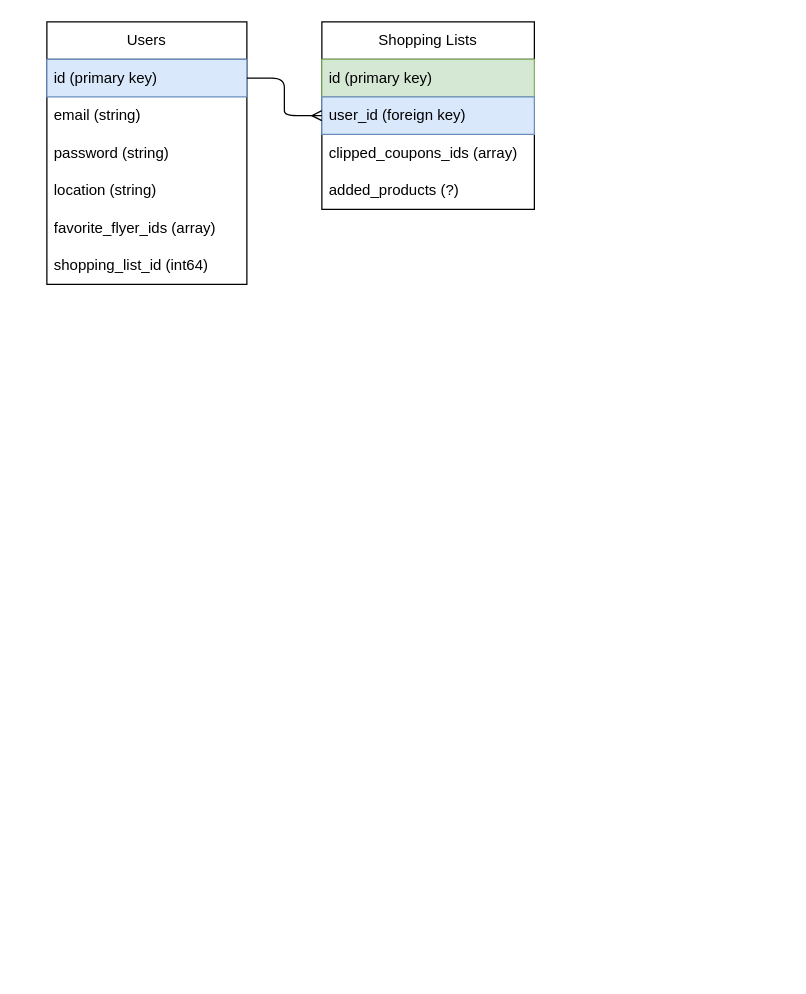
The draw.io diagram db.drawio in LaraCroftDev/flipp-app, before the edit. Source tidied: cells renumbered, new cells numbered last; positions are measured from the earlier drawing's top-left corner, leaving out a move shared by most shapes. Both pictures are drawn from the tidied source at 125%, with x=0, y=0 at pixel (46, 21).
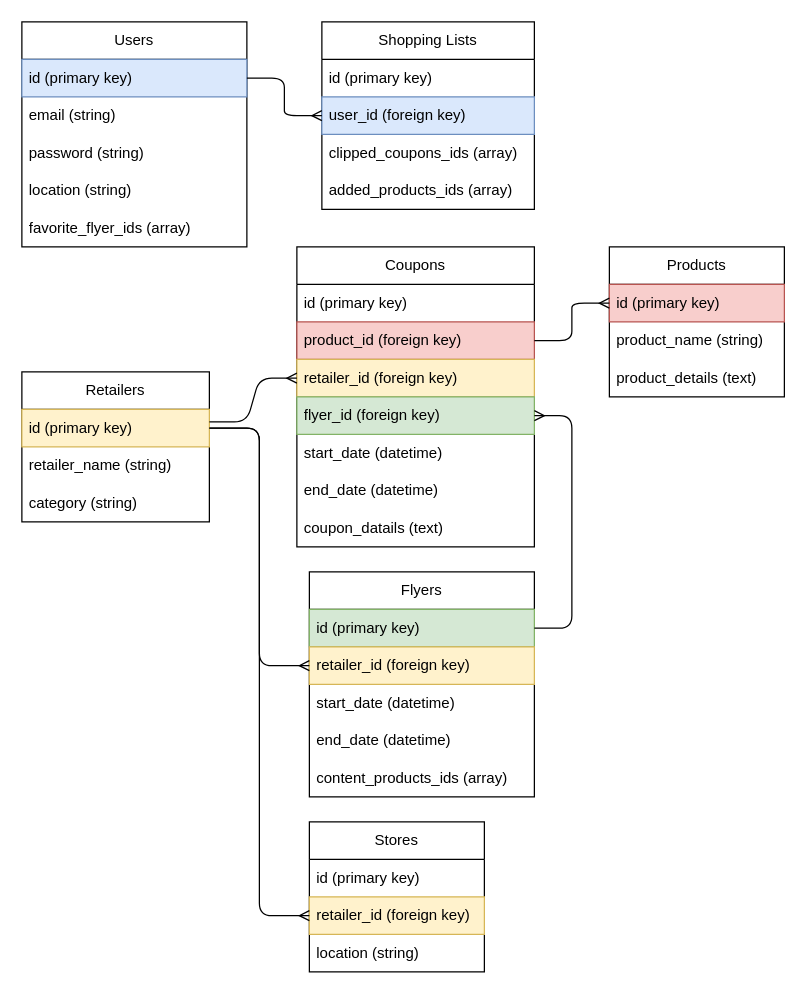
After the change.

Unchanged cells that the change refers to:
```xml
<mxCell id="9" value="Shopping Lists" style="swimlane;fontStyle=0;horizontal=1;startSize=30;whiteSpace=wrap;html=1;" parent="1" vertex="1">
  <mxGeometry x="220" width="170" height="150" as="geometry" />
</mxCell>
```

The edit, as a diff of the source:
```diff
@@
     <mxCell id="2" value="Users" style="swimlane;fontStyle=0;horizontal=1;startSize=30;whiteSpace=wrap;html=1;" parent="1" vertex="1">
-      <mxGeometry width="160" height="210" as="geometry" />
+      <mxGeometry x="-20" width="180" height="180" as="geometry" />
     </mxCell>
     <mxCell id="3" value="id (primary key)" style="text;strokeColor=#6c8ebf;fillColor=#dae8fc;align=left;verticalAlign=middle;spacingLeft=4;spacingRight=4;overflow=hidden;points=[[0,0.5],[1,0.5]];portConstraint=eastwest;whiteSpace=wrap;html=1;" parent="2" vertex="1">
-      <mxGeometry y="30" width="160" height="30" as="geometry" />
+      <mxGeometry y="30" width="180" height="30" as="geometry" />
     </mxCell>
     <mxCell id="4" value="email (string)" style="text;strokeColor=none;fillColor=none;align=left;verticalAlign=middle;spacingLeft=4;spacingRight=4;overflow=hidden;whiteSpace=wrap;html=1;" parent="2" vertex="1">
-      <mxGeometry y="60" width="160" height="30" as="geometry" />
+      <mxGeometry y="60" width="180" height="30" as="geometry" />
     </mxCell>
     <mxCell id="5" value="password (string)" style="text;strokeColor=none;fillColor=none;align=left;verticalAlign=middle;spacingLeft=4;spacingRight=4;overflow=hidden;whiteSpace=wrap;html=1;" parent="2" vertex="1">
-      <mxGeometry y="90" width="160" height="30" as="geometry" />
+      <mxGeometry y="90" width="180" height="30" as="geometry" />
     </mxCell>
     <mxCell id="6" value="location (string)" style="text;strokeColor=none;fillColor=none;align=left;verticalAlign=middle;spacingLeft=4;spacingRight=4;overflow=hidden;whiteSpace=wrap;html=1;" parent="2" vertex="1">
-      <mxGeometry y="120" width="160" height="30" as="geometry" />
+      <mxGeometry y="120" width="180" height="30" as="geometry" />
     </mxCell>
     <mxCell id="7" value="favorite_flyer_ids (array)" style="text;strokeColor=none;fillColor=none;align=left;verticalAlign=middle;spacingLeft=4;spacingRight=4;overflow=hidden;whiteSpace=wrap;html=1;" parent="2" vertex="1">
-      <mxGeometry y="150" width="160" height="30" as="geometry" />
+      <mxGeometry y="150" width="180" height="30" as="geometry" />
     </mxCell>
-    <mxCell id="8" value="shopping_list_id (int64)" style="text;strokeColor=none;fillColor=none;align=left;verticalAlign=middle;spacingLeft=4;spacingRight=4;overflow=hidden;whiteSpace=wrap;html=1;" parent="2" vertex="1">
-      <mxGeometry y="180" width="160" height="30" as="geometry" />
-    </mxCell>
@@
-    <mxCell id="10" value="id (primary key)" style="text;strokeColor=#82b366;fillColor=#d5e8d4;align=left;verticalAlign=middle;spacingLeft=4;spacingRight=4;overflow=hidden;whiteSpace=wrap;html=1;" parent="9" vertex="1">
+    <mxCell id="10" value="id (primary key)" style="text;align=left;verticalAlign=middle;spacingLeft=4;spacingRight=4;overflow=hidden;whiteSpace=wrap;html=1;" parent="9" vertex="1">
       <mxGeometry y="30" width="170" height="30" as="geometry" />
     </mxCell>
@@
-    <mxCell id="13" value="added_products (?)" style="text;strokeColor=none;fillColor=none;align=left;verticalAlign=middle;spacingLeft=4;spacingRight=4;overflow=hidden;whiteSpace=wrap;html=1;" parent="9" vertex="1">
+    <mxCell id="13" value="added_products_ids (array)" style="text;strokeColor=none;fillColor=none;align=left;verticalAlign=middle;spacingLeft=4;spacingRight=4;overflow=hidden;whiteSpace=wrap;html=1;" parent="9" vertex="1">
       <mxGeometry y="120" width="170" height="30" as="geometry" />
     </mxCell>
@@
+    <mxCell id="15" value="Retailers" style="swimlane;fontStyle=0;horizontal=1;startSize=30;whiteSpace=wrap;html=1;" parent="1" vertex="1">
+      <mxGeometry x="-20" y="280" width="150" height="120" as="geometry" />
+    </mxCell>
+    <mxCell id="16" value="id (primary key)" style="text;strokeColor=#d6b656;fillColor=#fff2cc;align=left;verticalAlign=middle;spacingLeft=4;spacingRight=4;overflow=hidden;points=[[0,0.5],[1,0.5]];portConstraint=eastwest;whiteSpace=wrap;html=1;" parent="15" vertex="1">
+      <mxGeometry y="30" width="150" height="30" as="geometry" />
+    </mxCell>
+    <mxCell id="17" value="retailer_name (string)" style="text;strokeColor=none;fillColor=none;align=left;verticalAlign=middle;spacingLeft=4;spacingRight=4;overflow=hidden;whiteSpace=wrap;html=1;" parent="15" vertex="1">
+      <mxGeometry y="60" width="150" height="30" as="geometry" />
+    </mxCell>
+    <mxCell id="18" value="category (string)" style="text;strokeColor=none;fillColor=none;align=left;verticalAlign=middle;spacingLeft=4;spacingRight=4;overflow=hidden;whiteSpace=wrap;html=1;" parent="15" vertex="1">
+      <mxGeometry y="90" width="150" height="30" as="geometry" />
+    </mxCell>
+    <mxCell id="19" value="Stores" style="swimlane;fontStyle=0;horizontal=1;startSize=30;whiteSpace=wrap;html=1;" parent="1" vertex="1">
+      <mxGeometry x="210" y="640" width="140" height="120" as="geometry" />
+    </mxCell>
+    <mxCell id="20" value="id (primary key)" style="text;align=left;verticalAlign=middle;spacingLeft=4;spacingRight=4;overflow=hidden;whiteSpace=wrap;html=1;" parent="19" vertex="1">
+      <mxGeometry y="30" width="140" height="30" as="geometry" />
+    </mxCell>
+    <mxCell id="21" value="retailer_id (foreign key)" style="text;strokeColor=#d6b656;fillColor=#fff2cc;align=left;verticalAlign=middle;spacingLeft=4;spacingRight=4;overflow=hidden;points=[[0,0.5],[1,0.5]];portConstraint=eastwest;whiteSpace=wrap;html=1;" parent="19" vertex="1">
+      <mxGeometry y="60" width="140" height="30" as="geometry" />
+    </mxCell>
+    <mxCell id="22" value="location (string)" style="text;strokeColor=none;fillColor=none;align=left;verticalAlign=middle;spacingLeft=4;spacingRight=4;overflow=hidden;whiteSpace=wrap;html=1;" parent="19" vertex="1">
+      <mxGeometry y="90" width="140" height="30" as="geometry" />
+    </mxCell>
+    <mxCell id="23" style="edgeStyle=orthogonalEdgeStyle;fontSize=12;html=1;endArrow=ERmany;entryX=0;entryY=0.5;entryDx=0;entryDy=0;exitX=1;exitY=0.5;exitDx=0;exitDy=0;" parent="1" edge="1" source="16" target="21">
+      <mxGeometry relative="1" as="geometry" />
+    </mxCell>
+    <mxCell id="24" value="Flyers" style="swimlane;fontStyle=0;horizontal=1;startSize=30;whiteSpace=wrap;html=1;" parent="1" vertex="1">
+      <mxGeometry x="210" y="440" width="180" height="180" as="geometry" />
+    </mxCell>
+    <mxCell id="25" value="id (primary key)" style="text;strokeColor=#82b366;fillColor=#d5e8d4;align=left;verticalAlign=middle;spacingLeft=4;spacingRight=4;overflow=hidden;points=[[0,0.5],[1,0.5]];portConstraint=eastwest;whiteSpace=wrap;html=1;" parent="24" vertex="1">
+      <mxGeometry y="30" width="180" height="30" as="geometry" />
+    </mxCell>
+    <mxCell id="26" value="retailer_id (foreign key)" style="text;strokeColor=#d6b656;fillColor=#fff2cc;align=left;verticalAlign=middle;spacingLeft=4;spacingRight=4;overflow=hidden;points=[[0,0.5],[1,0.5]];portConstraint=eastwest;whiteSpace=wrap;html=1;" parent="24" vertex="1">
+      <mxGeometry y="60" width="180" height="30" as="geometry" />
+    </mxCell>
+    <mxCell id="27" value="start_date (datetime)" style="text;strokeColor=none;fillColor=none;align=left;verticalAlign=middle;spacingLeft=4;spacingRight=4;overflow=hidden;whiteSpace=wrap;html=1;" parent="24" vertex="1">
+      <mxGeometry y="90" width="180" height="30" as="geometry" />
+    </mxCell>
+    <mxCell id="28" value="end_date (datetime)" style="text;strokeColor=none;fillColor=none;align=left;verticalAlign=middle;spacingLeft=4;spacingRight=4;overflow=hidden;whiteSpace=wrap;html=1;" parent="24" vertex="1">
+      <mxGeometry y="120" width="180" height="30" as="geometry" />
+    </mxCell>
+    <mxCell id="29" value="content_products_ids (array)" style="text;strokeColor=none;fillColor=none;align=left;verticalAlign=middle;spacingLeft=4;spacingRight=4;overflow=hidden;whiteSpace=wrap;html=1;" parent="24" vertex="1">
+      <mxGeometry y="150" width="180" height="30" as="geometry" />
+    </mxCell>
+    <mxCell id="30" style="edgeStyle=orthogonalEdgeStyle;fontSize=12;html=1;endArrow=ERmany;entryX=0;entryY=0.5;entryDx=0;entryDy=0;exitX=1;exitY=0.5;exitDx=0;exitDy=0;" parent="1" edge="1" source="16" target="26">
+      <mxGeometry relative="1" as="geometry" />
+    </mxCell>
+    <mxCell id="31" value="Products" style="swimlane;fontStyle=0;horizontal=1;startSize=30;whiteSpace=wrap;html=1;" parent="1" vertex="1">
+      <mxGeometry x="450" y="180" width="140" height="120" as="geometry" />
+    </mxCell>
+    <mxCell id="32" value="id (primary key)" style="text;strokeColor=#b85450;fillColor=#f8cecc;align=left;verticalAlign=middle;spacingLeft=4;spacingRight=4;overflow=hidden;points=[[0,0.5],[1,0.5]];portConstraint=eastwest;whiteSpace=wrap;html=1;" parent="31" vertex="1">
+      <mxGeometry y="30" width="140" height="30" as="geometry" />
+    </mxCell>
+    <mxCell id="33" value="product_name (string)" style="text;strokeColor=none;fillColor=none;align=left;verticalAlign=middle;spacingLeft=4;spacingRight=4;overflow=hidden;whiteSpace=wrap;html=1;" parent="31" vertex="1">
+      <mxGeometry y="60" width="140" height="30" as="geometry" />
+    </mxCell>
+    <mxCell id="34" value="product_details (text)" style="text;strokeColor=none;fillColor=none;align=left;verticalAlign=middle;spacingLeft=4;spacingRight=4;overflow=hidden;whiteSpace=wrap;html=1;" parent="31" vertex="1">
+      <mxGeometry y="90" width="140" height="30" as="geometry" />
+    </mxCell>
+    <mxCell id="35" value="Coupons" style="swimlane;fontStyle=0;horizontal=1;startSize=30;whiteSpace=wrap;html=1;" parent="1" vertex="1">
+      <mxGeometry x="200" y="180" width="190" height="240" as="geometry" />
+    </mxCell>
+    <mxCell id="36" value="id (primary key)" style="text;strokeColor=none;fillColor=none;align=left;verticalAlign=middle;spacingLeft=4;spacingRight=4;overflow=hidden;whiteSpace=wrap;html=1;" parent="35" vertex="1">
+      <mxGeometry y="30" width="190" height="30" as="geometry" />
+    </mxCell>
+    <mxCell id="37" value="product_id (foreign key)" style="text;strokeColor=#b85450;fillColor=#f8cecc;align=left;verticalAlign=middle;spacingLeft=4;spacingRight=4;overflow=hidden;points=[[0,0.5],[1,0.5]];portConstraint=eastwest;whiteSpace=wrap;html=1;" parent="35" vertex="1">
+      <mxGeometry y="60" width="190" height="30" as="geometry" />
+    </mxCell>
+    <mxCell id="38" value="retailer_id (foreign key)" style="text;strokeColor=#d6b656;fillColor=#fff2cc;align=left;verticalAlign=middle;spacingLeft=4;spacingRight=4;overflow=hidden;points=[[0,0.5],[1,0.5]];portConstraint=eastwest;whiteSpace=wrap;html=1;" parent="35" vertex="1">
+      <mxGeometry y="90" width="190" height="30" as="geometry" />
+    </mxCell>
+    <mxCell id="39" value="flyer_id (foreign key)" style="text;strokeColor=#82b366;fillColor=#d5e8d4;align=left;verticalAlign=middle;spacingLeft=4;spacingRight=4;overflow=hidden;points=[[0,0.5],[1,0.5]];portConstraint=eastwest;whiteSpace=wrap;html=1;" parent="35" vertex="1">
+      <mxGeometry y="120" width="190" height="30" as="geometry" />
+    </mxCell>
+    <mxCell id="40" value="start_date (datetime)" style="text;strokeColor=none;fillColor=none;align=left;verticalAlign=middle;spacingLeft=4;spacingRight=4;overflow=hidden;whiteSpace=wrap;html=1;" parent="35" vertex="1">
+      <mxGeometry y="150" width="190" height="30" as="geometry" />
+    </mxCell>
+    <mxCell id="41" value="end_date (datetime)" style="text;strokeColor=none;fillColor=none;align=left;verticalAlign=middle;spacingLeft=4;spacingRight=4;overflow=hidden;whiteSpace=wrap;html=1;" parent="35" vertex="1">
+      <mxGeometry y="180" width="190" height="30" as="geometry" />
+    </mxCell>
+    <mxCell id="42" value="coupon_datails (text)" style="text;strokeColor=none;fillColor=none;align=left;verticalAlign=middle;spacingLeft=4;spacingRight=4;overflow=hidden;whiteSpace=wrap;html=1;" parent="35" vertex="1">
+      <mxGeometry y="210" width="190" height="30" as="geometry" />
+    </mxCell>
+    <mxCell id="43" style="edgeStyle=entityRelationEdgeStyle;fontSize=12;html=1;endArrow=ERmany;elbow=vertical;entryX=0;entryY=0.5;entryDx=0;entryDy=0;" parent="1" edge="1" target="38">
+      <mxGeometry relative="1" as="geometry">
+        <mxPoint x="130" y="320" as="sourcePoint" />
+      </mxGeometry>
+    </mxCell>
+    <mxCell id="44" style="edgeStyle=entityRelationEdgeStyle;fontSize=12;html=1;endArrow=ERmany;elbow=vertical;entryX=0;entryY=0.5;entryDx=0;entryDy=0;exitX=1;exitY=0.5;exitDx=0;exitDy=0;" parent="1" edge="1" source="37" target="32">
+      <mxGeometry relative="1" as="geometry" />
+    </mxCell>
+    <mxCell id="45" style="edgeStyle=entityRelationEdgeStyle;fontSize=12;html=1;endArrow=ERmany;elbow=vertical;exitX=1;exitY=0.5;exitDx=0;exitDy=0;entryX=1;entryY=0.5;entryDx=0;entryDy=0;" parent="1" edge="1" source="25" target="39">
+      <mxGeometry relative="1" as="geometry" />
+    </mxCell>
```
